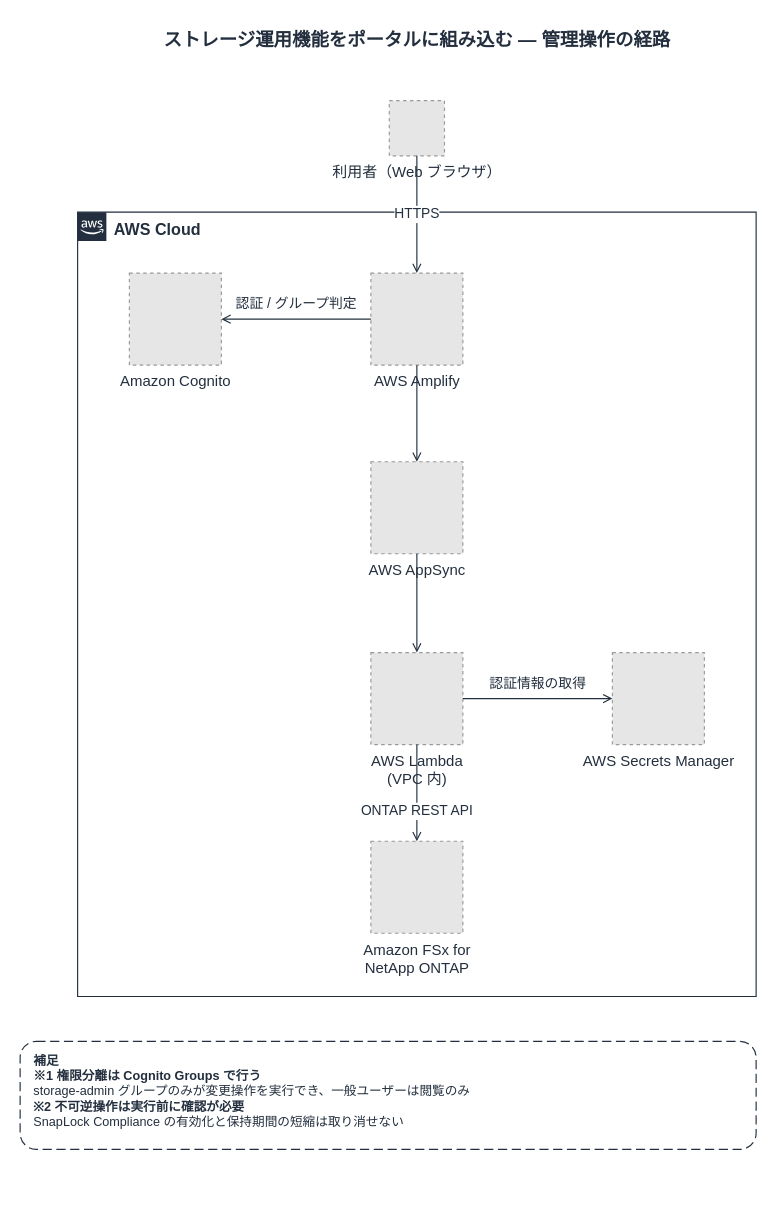
Above: docs/diagrams/part2-admin-operations.drawio in Yoshiki0705/FSx-for-ONTAP-S3AccessPoints-Serverless-Patterns (draw.io), before the change. Source tidied: cells renumbered, new cells numbered last; positions are measured from the earlier drawing's top-left corner, leaving out a move shared by most shapes. Both pictures are drawn from the tidied source at 115%, with x=0, y=0 at pixel (20, 20). Pictures stored in the file or linked from it are replaced by grey dashed boxes.
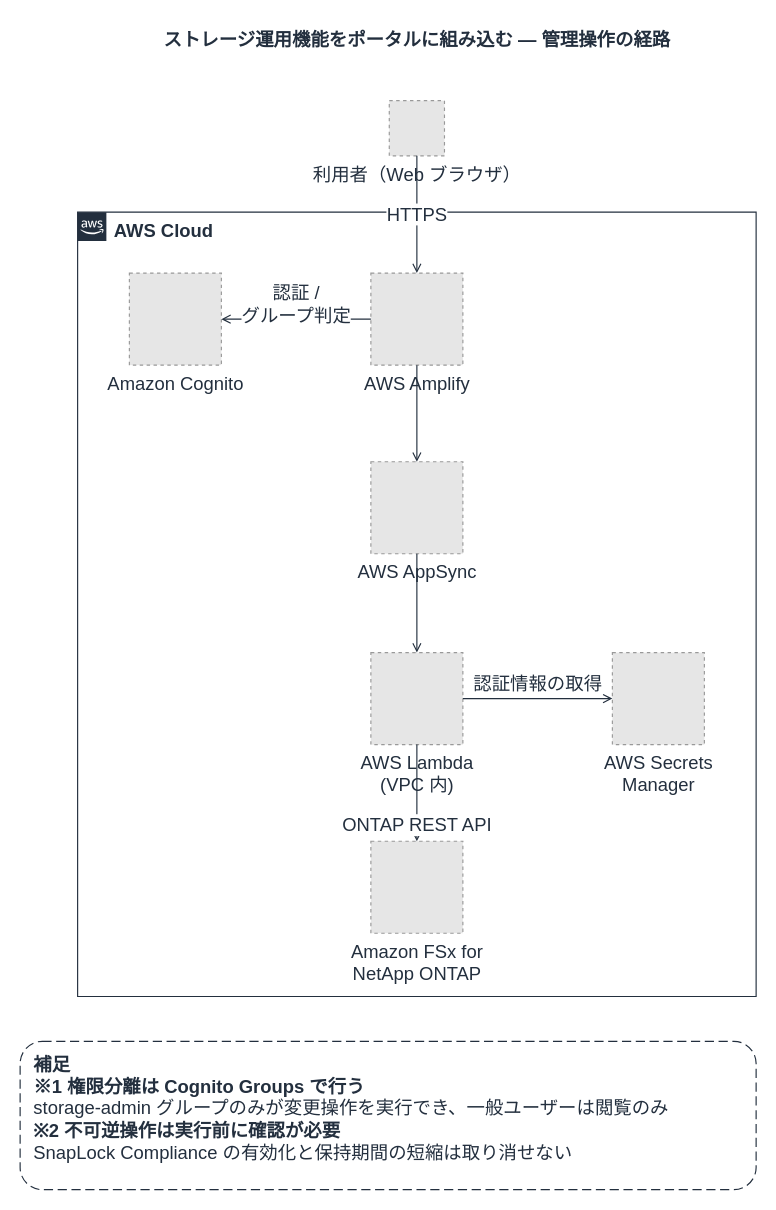
After the change.

Change to the diagram source:
```diff
@@
 <mxGraphModel background="#FFFFFF">
   <root>
     <mxCell id="0" />
     <mxCell id="1" parent="0" />
     <mxCell id="2" value="ストレージ運用機能をポータルに組み込む — 管理操作の経路" style="text;html=1;align=center;verticalAlign=middle;fontSize=16;fontStyle=1;fontColor=#232F3E;" parent="1" vertex="1">
       <mxGeometry x="50" width="590" height="34" as="geometry" />
     </mxCell>
-    <mxCell id="3" value="AWS Cloud" style="gradientColor=none;html=1;whiteSpace=wrap;fontSize=14;fontStyle=1;shape=mxgraph.aws4.group;grIcon=mxgraph.aws4.group_aws_cloud_alt;strokeColor=#232F3E;fillColor=none;verticalAlign=top;align=left;spacingLeft=30;fontColor=#232F3E;dashed=0;" parent="1" vertex="1">
+    <mxCell id="3" value="AWS Cloud" style="gradientColor=none;html=1;whiteSpace=wrap;fontSize=16;fontStyle=1;shape=mxgraph.aws4.group;grIcon=mxgraph.aws4.group_aws_cloud_alt;strokeColor=#232F3E;fillColor=none;verticalAlign=top;align=left;spacingLeft=30;fontColor=#232F3E;dashed=0;" parent="1" vertex="1">
       <mxGeometry x="50" y="167" width="590" height="682" as="geometry" />
     </mxCell>
-    <mxCell id="4" value="利用者（Web ブラウザ）" style="fillColor=#E6E6E6;strokeColor=#999999;dashed=1;html=1;verticalLabelPosition=bottom;verticalAlign=top;labelPosition=center;align=center;fontSize=13;fontColor=#232F3E;" parent="1" vertex="1">
+    <mxCell id="4" value="利用者（Web ブラウザ）" style="fillColor=#E6E6E6;strokeColor=#999999;dashed=1;html=1;verticalLabelPosition=bottom;verticalAlign=top;labelPosition=center;align=center;fontSize=16;fontColor=#232F3E;" parent="1" vertex="1">
       <mxGeometry x="321" y="70" width="48" height="48" as="geometry" />
     </mxCell>
-    <mxCell id="5" value="Amazon Cognito" style="fillColor=#E6E6E6;strokeColor=#999999;dashed=1;html=1;verticalLabelPosition=bottom;verticalAlign=top;labelPosition=center;align=center;fontSize=13;fontColor=#232F3E;" parent="1" vertex="1">
+    <mxCell id="5" value="Amazon Cognito" style="fillColor=#E6E6E6;strokeColor=#999999;dashed=1;html=1;verticalLabelPosition=bottom;verticalAlign=top;labelPosition=center;align=center;fontSize=16;fontColor=#232F3E;" parent="1" vertex="1">
       <mxGeometry x="95" y="220" width="80" height="80" as="geometry" />
     </mxCell>
-    <mxCell id="6" value="AWS Amplify" style="fillColor=#E6E6E6;strokeColor=#999999;dashed=1;html=1;verticalLabelPosition=bottom;verticalAlign=top;labelPosition=center;align=center;fontSize=13;fontColor=#232F3E;" parent="1" vertex="1">
+    <mxCell id="6" value="AWS Amplify" style="fillColor=#E6E6E6;strokeColor=#999999;dashed=1;html=1;verticalLabelPosition=bottom;verticalAlign=top;labelPosition=center;align=center;fontSize=16;fontColor=#232F3E;" parent="1" vertex="1">
       <mxGeometry x="305" y="220" width="80" height="80" as="geometry" />
     </mxCell>
-    <mxCell id="7" value="AWS AppSync" style="fillColor=#E6E6E6;strokeColor=#999999;dashed=1;html=1;verticalLabelPosition=bottom;verticalAlign=top;labelPosition=center;align=center;fontSize=13;fontColor=#232F3E;" parent="1" vertex="1">
+    <mxCell id="7" value="AWS AppSync" style="fillColor=#E6E6E6;strokeColor=#999999;dashed=1;html=1;verticalLabelPosition=bottom;verticalAlign=top;labelPosition=center;align=center;fontSize=16;fontColor=#232F3E;" parent="1" vertex="1">
       <mxGeometry x="305" y="384" width="80" height="80" as="geometry" />
     </mxCell>
-    <mxCell id="8" value="AWS Lambda&lt;br&gt;(VPC 内)" style="fillColor=#E6E6E6;strokeColor=#999999;dashed=1;html=1;verticalLabelPosition=bottom;verticalAlign=top;labelPosition=center;align=center;fontSize=13;fontColor=#232F3E;" parent="1" vertex="1">
+    <mxCell id="8" value="AWS Lambda&lt;br&gt;(VPC 内)" style="fillColor=#E6E6E6;strokeColor=#999999;dashed=1;html=1;verticalLabelPosition=bottom;verticalAlign=top;labelPosition=center;align=center;fontSize=16;fontColor=#232F3E;" parent="1" vertex="1">
       <mxGeometry x="305" y="550" width="80" height="80" as="geometry" />
     </mxCell>
-    <mxCell id="9" value="AWS Secrets Manager" style="fillColor=#E6E6E6;strokeColor=#999999;dashed=1;html=1;verticalLabelPosition=bottom;verticalAlign=top;labelPosition=center;align=center;fontSize=13;fontColor=#232F3E;" parent="1" vertex="1">
+    <mxCell id="9" value="AWS Secrets&lt;br&gt;Manager" style="fillColor=#E6E6E6;strokeColor=#999999;dashed=1;html=1;verticalLabelPosition=bottom;verticalAlign=top;labelPosition=center;align=center;fontSize=16;fontColor=#232F3E;" parent="1" vertex="1">
       <mxGeometry x="515" y="550" width="80" height="80" as="geometry" />
     </mxCell>
-    <mxCell id="10" value="Amazon FSx for&lt;br&gt;NetApp ONTAP" style="fillColor=#E6E6E6;strokeColor=#999999;dashed=1;html=1;verticalLabelPosition=bottom;verticalAlign=top;labelPosition=center;align=center;fontSize=13;fontColor=#232F3E;" parent="1" vertex="1">
+    <mxCell id="10" value="Amazon FSx for&lt;br&gt;NetApp ONTAP" style="fillColor=#E6E6E6;strokeColor=#999999;dashed=1;html=1;verticalLabelPosition=bottom;verticalAlign=top;labelPosition=center;align=center;fontSize=16;fontColor=#232F3E;" parent="1" vertex="1">
       <mxGeometry x="305" y="714" width="80" height="80" as="geometry" />
     </mxCell>
-    <mxCell id="11" value="HTTPS" style="edgeStyle=orthogonalEdgeStyle;rounded=0;jettySize=auto;html=1;endArrow=open;endFill=0;strokeColor=#232F3E;strokeWidth=1;fontSize=12;fontColor=#232F3E;labelBackgroundColor=#ffffff;" parent="1" edge="1" source="4" target="6">
+    <mxCell id="11" value="HTTPS" style="edgeStyle=orthogonalEdgeStyle;rounded=0;jettySize=auto;html=1;endArrow=open;endFill=0;strokeColor=#232F3E;strokeWidth=1;fontSize=16;fontColor=#232F3E;labelBackgroundColor=#ffffff;" parent="1" edge="1" source="4" target="6">
       <mxGeometry relative="1" as="geometry" />
     </mxCell>
-    <mxCell id="12" value="認証 / グループ判定" style="edgeStyle=orthogonalEdgeStyle;rounded=0;jettySize=auto;html=1;endArrow=open;endFill=0;strokeColor=#232F3E;strokeWidth=1;fontSize=12;fontColor=#232F3E;labelBackgroundColor=#ffffff;" parent="1" edge="1" source="6" target="5">
+    <mxCell id="12" value="認証 /&lt;br&gt;グループ判定" style="edgeStyle=orthogonalEdgeStyle;rounded=0;jettySize=auto;html=1;endArrow=open;endFill=0;strokeColor=#232F3E;strokeWidth=1;fontSize=16;fontColor=#232F3E;labelBackgroundColor=#ffffff;" parent="1" edge="1" source="6" target="5">
       <mxGeometry relative="1" as="geometry">
         <mxPoint y="-13" as="offset" />
       </mxGeometry>
     </mxCell>
-    <mxCell id="13" style="edgeStyle=orthogonalEdgeStyle;rounded=0;jettySize=auto;html=1;endArrow=open;endFill=0;strokeColor=#232F3E;strokeWidth=1;fontSize=12;fontColor=#232F3E;labelBackgroundColor=#ffffff;" parent="1" edge="1" source="6" target="7">
+    <mxCell id="13" style="edgeStyle=orthogonalEdgeStyle;rounded=0;jettySize=auto;html=1;endArrow=open;endFill=0;strokeColor=#232F3E;strokeWidth=1;fontSize=16;fontColor=#232F3E;labelBackgroundColor=#ffffff;" parent="1" edge="1" source="6" target="7">
       <mxGeometry relative="1" as="geometry" />
     </mxCell>
-    <mxCell id="14" style="edgeStyle=orthogonalEdgeStyle;rounded=0;jettySize=auto;html=1;endArrow=open;endFill=0;strokeColor=#232F3E;strokeWidth=1;fontSize=12;fontColor=#232F3E;labelBackgroundColor=#ffffff;" parent="1" edge="1" source="7" target="8">
+    <mxCell id="14" style="edgeStyle=orthogonalEdgeStyle;rounded=0;jettySize=auto;html=1;endArrow=open;endFill=0;strokeColor=#232F3E;strokeWidth=1;fontSize=16;fontColor=#232F3E;labelBackgroundColor=#ffffff;" parent="1" edge="1" source="7" target="8">
       <mxGeometry relative="1" as="geometry" />
     </mxCell>
-    <mxCell id="15" value="認証情報の取得" style="edgeStyle=orthogonalEdgeStyle;rounded=0;jettySize=auto;html=1;endArrow=open;endFill=0;strokeColor=#232F3E;strokeWidth=1;fontSize=12;fontColor=#232F3E;labelBackgroundColor=#ffffff;" parent="1" edge="1" source="8" target="9">
+    <mxCell id="15" value="認証情報の取得" style="edgeStyle=orthogonalEdgeStyle;rounded=0;jettySize=auto;html=1;endArrow=open;endFill=0;strokeColor=#232F3E;strokeWidth=1;fontSize=16;fontColor=#232F3E;labelBackgroundColor=#ffffff;" parent="1" edge="1" source="8" target="9">
       <mxGeometry relative="1" as="geometry">
         <mxPoint y="-13" as="offset" />
       </mxGeometry>
     </mxCell>
-    <mxCell id="16" value="ONTAP REST API" style="edgeStyle=orthogonalEdgeStyle;rounded=0;jettySize=auto;html=1;endArrow=open;endFill=0;strokeColor=#232F3E;strokeWidth=1;fontSize=12;fontColor=#232F3E;labelBackgroundColor=#ffffff;" parent="1" edge="1" source="8" target="10">
+    <mxCell id="16" value="ONTAP REST API" style="edgeStyle=orthogonalEdgeStyle;rounded=0;jettySize=auto;html=1;endArrow=open;endFill=0;strokeColor=#232F3E;strokeWidth=1;fontSize=16;fontColor=#232F3E;labelBackgroundColor=#ffffff;" parent="1" edge="1" source="8" target="10">
       <mxGeometry relative="1" as="geometry">
-        <mxPoint y="16" as="offset" />
+        <mxPoint y="28" as="offset" />
       </mxGeometry>
     </mxCell>
-    <mxCell id="17" value="&lt;b&gt;補足&lt;/b&gt;&lt;br&gt;&lt;b&gt;※1 権限分離は Cognito Groups で行う&lt;/b&gt;&lt;br&gt;storage-admin グループのみが変更操作を実行でき、一般ユーザーは閲覧のみ&lt;br&gt;&lt;b&gt;※2 不可逆操作は実行前に確認が必要&lt;/b&gt;&lt;br&gt;SnapLock Compliance の有効化と保持期間の短縮は取り消せない" style="rounded=1;whiteSpace=wrap;html=1;dashed=1;dashPattern=8 4;strokeColor=#232F3E;fillColor=#FFFFFF;align=left;verticalAlign=top;spacingLeft=10;spacingTop=4;fontSize=11;fontColor=#232F3E;" parent="1" vertex="1">
-      <mxGeometry y="888" width="640" height="94" as="geometry" />
+    <mxCell id="17" value="&lt;b&gt;補足&lt;/b&gt;&lt;br&gt;&lt;b&gt;※1 権限分離は Cognito Groups で行う&lt;/b&gt;&lt;br&gt;storage-admin グループのみが変更操作を実行でき、一般ユーザーは閲覧のみ&lt;br&gt;&lt;b&gt;※2 不可逆操作は実行前に確認が必要&lt;/b&gt;&lt;br&gt;SnapLock Compliance の有効化と保持期間の短縮は取り消せない" style="rounded=1;whiteSpace=wrap;html=1;dashed=1;dashPattern=8 4;strokeColor=#232F3E;fillColor=#FFFFFF;align=left;verticalAlign=top;spacingLeft=10;spacingTop=4;fontSize=16;fontColor=#232F3E;" parent="1" vertex="1">
+      <mxGeometry y="888" width="640" height="129" as="geometry" />
     </mxCell>
   </root>
 </mxGraphModel>
```
